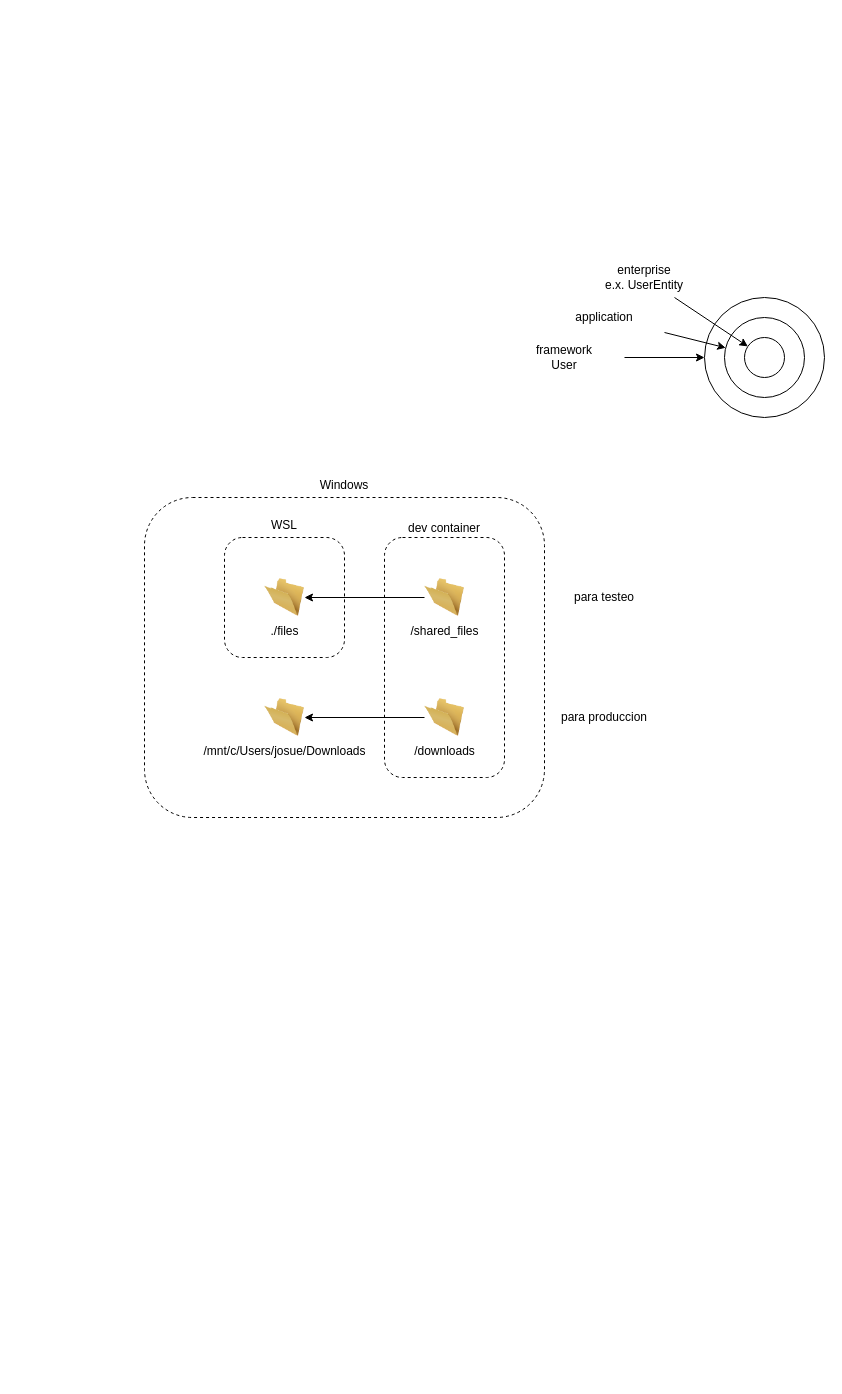
Earlier version of the draw.io diagram scrum.dio (josueelias9/improving-BCP-organizate). Source tidied: cells renumbered, new cells numbered last; positions are measured from the earlier drawing's top-left corner, leaving out a move shared by most shapes. Both pictures are drawn from the tidied source at 100%, with x=0, y=0 at pixel (144, 257).
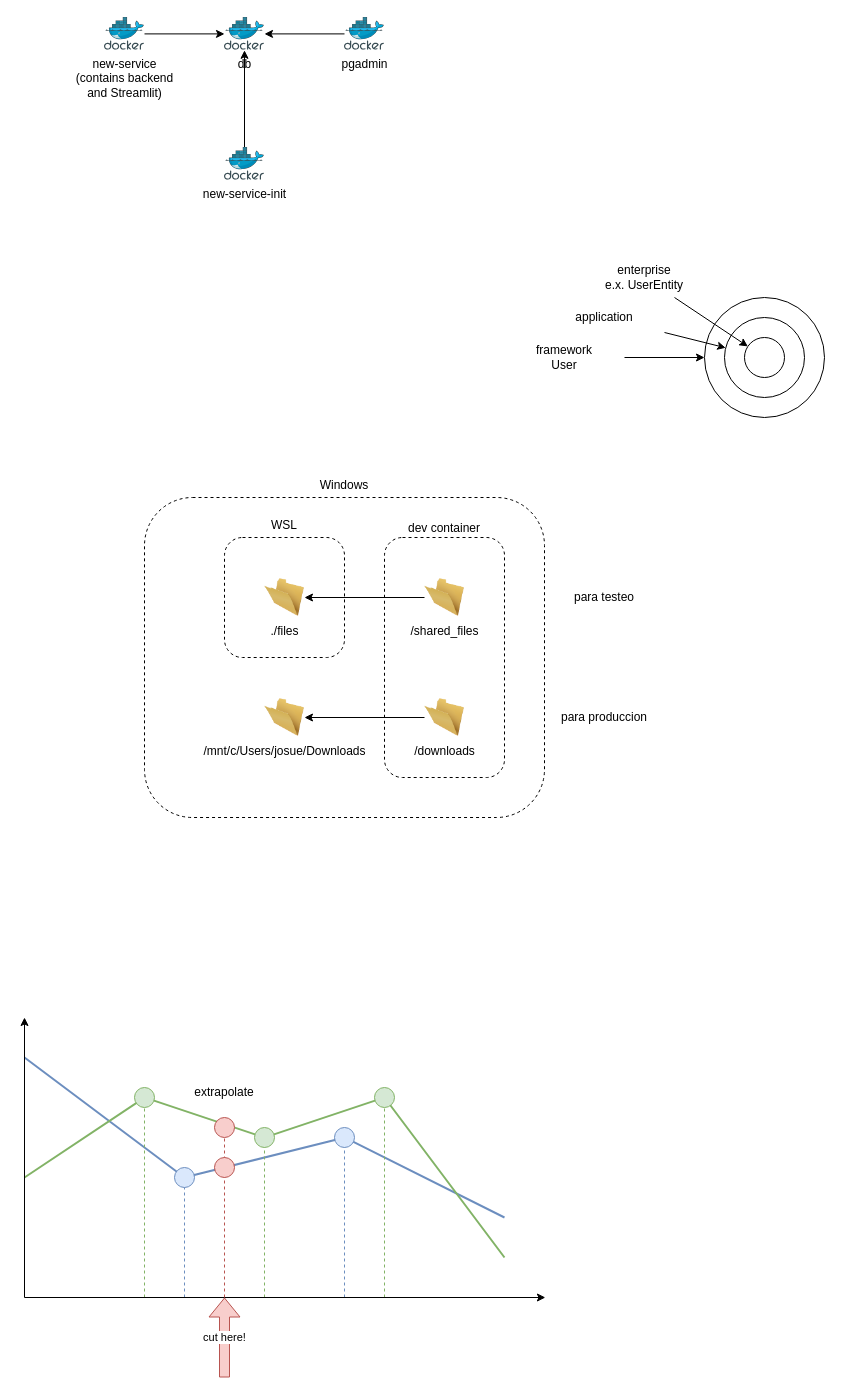
The same page after the edit.

The edit, as a diff of the source:
```diff
@@
+    <mxCell id="22" style="endArrow=none;html=1;fillColor=#dae8fc;strokeColor=#6c8ebf;strokeWidth=2;" parent="1" edge="1">
+      <mxGeometry relative="1" as="geometry">
+        <mxPoint x="-120" y="800" as="sourcePoint" />
+        <mxPoint x="360" y="960" as="targetPoint" />
+        <Array as="points">
+          <mxPoint x="40" y="920" />
+          <mxPoint x="200" y="880" />
+        </Array>
+      </mxGeometry>
+    </mxCell>
+    <mxCell id="23" style="endArrow=none;html=1;fillColor=#d5e8d4;strokeColor=#82b366;strokeWidth=2;" parent="1" edge="1">
+      <mxGeometry relative="1" as="geometry">
+        <mxPoint x="-120" y="920" as="sourcePoint" />
+        <mxPoint x="360" y="1000" as="targetPoint" />
+        <Array as="points">
+          <mxPoint y="840" />
+          <mxPoint x="120" y="880" />
+          <mxPoint x="240" y="840" />
+        </Array>
+      </mxGeometry>
+    </mxCell>
+    <mxCell id="24" style="endArrow=none;dashed=1;html=1;fillColor=#dae8fc;strokeColor=#6c8ebf;" parent="1" edge="1">
+      <mxGeometry relative="1" as="geometry">
+        <mxPoint x="40" y="1040" as="sourcePoint" />
+        <mxPoint x="40" y="920" as="targetPoint" />
+      </mxGeometry>
+    </mxCell>
+    <mxCell id="25" style="endArrow=none;dashed=1;html=1;fillColor=#dae8fc;strokeColor=#6c8ebf;" parent="1" edge="1">
+      <mxGeometry relative="1" as="geometry">
+        <mxPoint x="200" y="1040" as="sourcePoint" />
+        <mxPoint x="200" y="880" as="targetPoint" />
+      </mxGeometry>
+    </mxCell>
+    <mxCell id="26" style="endArrow=none;dashed=1;html=1;fillColor=#d5e8d4;strokeColor=#82b366;" parent="1" edge="1">
+      <mxGeometry relative="1" as="geometry">
+        <mxPoint y="1040" as="sourcePoint" />
+        <mxPoint y="840" as="targetPoint" />
+      </mxGeometry>
+    </mxCell>
+    <mxCell id="27" style="endArrow=none;dashed=1;html=1;fillColor=#d5e8d4;strokeColor=#82b366;" parent="1" edge="1">
+      <mxGeometry relative="1" as="geometry">
+        <mxPoint x="120" y="1040" as="sourcePoint" />
+        <mxPoint x="120" y="880" as="targetPoint" />
+      </mxGeometry>
+    </mxCell>
+    <mxCell id="28" style="endArrow=none;dashed=1;html=1;fillColor=#d5e8d4;strokeColor=#82b366;" parent="1" edge="1">
+      <mxGeometry relative="1" as="geometry">
+        <mxPoint x="240" y="1040" as="sourcePoint" />
+        <mxPoint x="240" y="840" as="targetPoint" />
+      </mxGeometry>
+    </mxCell>
+    <mxCell id="29" style="endArrow=classic;html=1;endFill=1;" parent="1" edge="1">
+      <mxGeometry relative="1" as="geometry">
+        <mxPoint x="-120" y="1040" as="sourcePoint" />
+        <mxPoint x="400.9" y="1040" as="targetPoint" />
+      </mxGeometry>
+    </mxCell>
+    <mxCell id="30" style="endArrow=classic;html=1;endFill=1;" parent="1" edge="1">
+      <mxGeometry relative="1" as="geometry">
+        <mxPoint x="-120" y="1040" as="sourcePoint" />
+        <mxPoint x="-120" y="760" as="targetPoint" />
+      </mxGeometry>
+    </mxCell>
+    <mxCell id="31" value="cut here!" style="shape=flexArrow;endArrow=classic;html=1;fillColor=#f8cecc;strokeColor=#b85450;" parent="1" edge="1">
+      <mxGeometry relative="1" as="geometry">
+        <mxPoint x="80" y="1120" as="sourcePoint" />
+        <mxPoint x="80" y="1040" as="targetPoint" />
+      </mxGeometry>
+    </mxCell>
+    <mxCell id="32" style="endArrow=none;dashed=1;html=1;fillColor=#f8cecc;strokeColor=#b85450;" parent="1" edge="1">
+      <mxGeometry relative="1" as="geometry">
+        <mxPoint x="80" y="1040" as="sourcePoint" />
+        <mxPoint x="80" y="860" as="targetPoint" />
+      </mxGeometry>
+    </mxCell>
+    <mxCell id="33" style="ellipse;whiteSpace=wrap;html=1;fillColor=#f8cecc;strokeColor=#b85450;" parent="1" vertex="1">
+      <mxGeometry x="70" y="860" width="20" height="20" as="geometry" />
+    </mxCell>
+    <mxCell id="34" style="ellipse;whiteSpace=wrap;html=1;fillColor=#f8cecc;strokeColor=#b85450;" parent="1" vertex="1">
+      <mxGeometry x="70" y="900" width="20" height="20" as="geometry" />
+    </mxCell>
+    <mxCell id="35" style="ellipse;whiteSpace=wrap;html=1;fillColor=#d5e8d4;strokeColor=#82b366;" parent="1" vertex="1">
+      <mxGeometry x="110" y="870" width="20" height="20" as="geometry" />
+    </mxCell>
+    <mxCell id="36" style="ellipse;whiteSpace=wrap;html=1;fillColor=#d5e8d4;strokeColor=#82b366;" parent="1" vertex="1">
+      <mxGeometry x="230" y="830" width="20" height="20" as="geometry" />
+    </mxCell>
+    <mxCell id="37" style="ellipse;whiteSpace=wrap;html=1;fillColor=#d5e8d4;strokeColor=#82b366;" parent="1" vertex="1">
+      <mxGeometry x="-10" y="830" width="20" height="20" as="geometry" />
+    </mxCell>
+    <mxCell id="38" style="ellipse;whiteSpace=wrap;html=1;fillColor=#dae8fc;strokeColor=#6c8ebf;" parent="1" vertex="1">
+      <mxGeometry x="30" y="910" width="20" height="20" as="geometry" />
+    </mxCell>
+    <mxCell id="39" style="ellipse;whiteSpace=wrap;html=1;fillColor=#dae8fc;strokeColor=#6c8ebf;" parent="1" vertex="1">
+      <mxGeometry x="190" y="870" width="20" height="20" as="geometry" />
+    </mxCell>
+    <mxCell id="40" value="extrapolate" style="text;html=1;align=center;verticalAlign=middle;whiteSpace=wrap;rounded=0;" parent="1" vertex="1">
+      <mxGeometry x="50" y="820" width="60" height="30" as="geometry" />
+    </mxCell>
+    <mxCell id="41" style="edgeStyle=none;html=1;" parent="1" edge="1" source="42" target="43">
+      <mxGeometry relative="1" as="geometry" />
+    </mxCell>
+    <mxCell id="42" value="new-service&lt;div&gt;(contains backend&lt;/div&gt;&lt;div&gt;and Streamlit)&lt;/div&gt;" style="image;sketch=0;html=1;points=[];align=center;fontSize=12;image=img/lib/mscae/Docker.svg;" parent="1" vertex="1">
+      <mxGeometry x="-40" y="-240" width="40" height="32.8" as="geometry" />
+    </mxCell>
+    <mxCell id="43" value="db" style="image;sketch=0;html=1;points=[];align=center;fontSize=12;image=img/lib/mscae/Docker.svg;" parent="1" vertex="1">
+      <mxGeometry x="80" y="-240" width="40" height="32.8" as="geometry" />
+    </mxCell>
+    <mxCell id="44" style="edgeStyle=none;html=1;" parent="1" edge="1" source="45" target="43">
+      <mxGeometry relative="1" as="geometry" />
+    </mxCell>
+    <mxCell id="45" value="new-service-init" style="image;sketch=0;html=1;points=[];align=center;fontSize=12;image=img/lib/mscae/Docker.svg;" parent="1" vertex="1">
+      <mxGeometry x="80" y="-110" width="40" height="32.8" as="geometry" />
+    </mxCell>
+    <mxCell id="46" style="edgeStyle=none;html=1;" parent="1" edge="1" source="47" target="43">
+      <mxGeometry relative="1" as="geometry" />
+    </mxCell>
+    <mxCell id="47" value="pgadmin" style="image;sketch=0;html=1;points=[];align=center;fontSize=12;image=img/lib/mscae/Docker.svg;" parent="1" vertex="1">
+      <mxGeometry x="200" y="-240" width="40" height="32.8" as="geometry" />
+    </mxCell>
```
